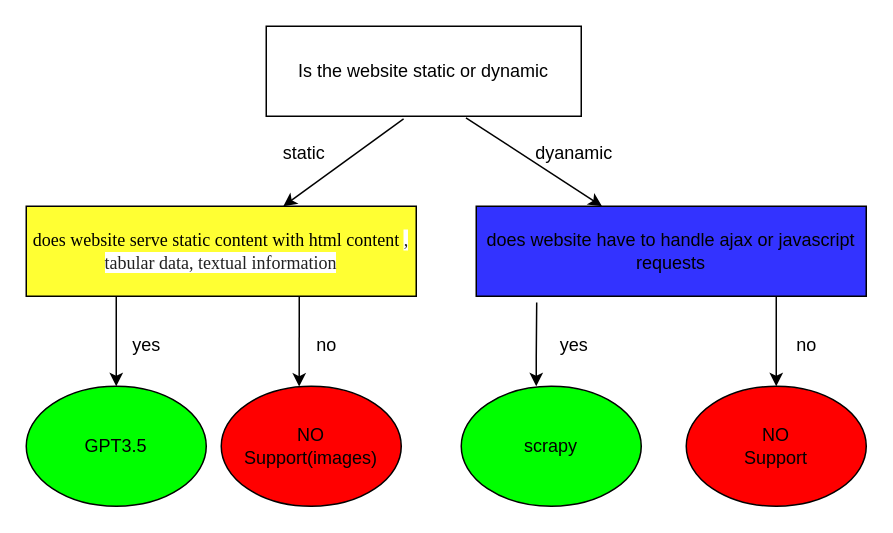
Earlier version of the draw.io diagram Untitled Diagram.drawio (divyadronavalli/demo). Source tidied: cells renumbered, new cells numbered last; positions are measured from the earlier drawing's top-left corner, leaving out a move shared by most shapes. Both pictures are drawn from the tidied source at 150%, with x=0, y=0 at pixel (26, 26).
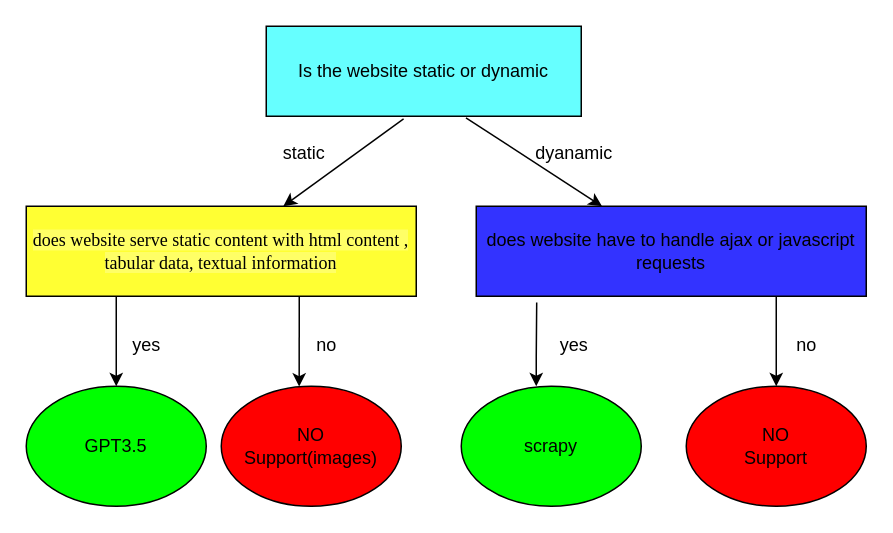
The same diagram, later.

Change to the diagram source:
```diff
@@
-    <mxCell id="2" value="Is the website static or dynamic" style="rounded=0;whiteSpace=wrap;html=1;" parent="1" vertex="1">
+    <mxCell id="2" value="Is the website static or dynamic" style="rounded=0;whiteSpace=wrap;html=1;fillColor=#66FFFF;" parent="1" vertex="1">
       <mxGeometry x="160" width="210" height="60" as="geometry" />
     </mxCell>
-    <mxCell id="3" value="&lt;font face=&quot;Times New Roman&quot; style=&quot;font-size: 12px;&quot;&gt;does website serve static content with html content&amp;nbsp;&lt;span style=&quot;color: rgb(34, 34, 34); text-align: start; background-color: rgb(255, 255, 255);&quot;&gt;, tabular data, textual information&lt;/span&gt;&lt;/font&gt;" style="rounded=0;whiteSpace=wrap;html=1;fillColor=#FFFF33;" parent="1" vertex="1">
+    <mxCell id="3" value="&lt;font face=&quot;Times New Roman&quot; style=&quot;font-size: 12px; background-color: rgb(255, 255, 102);&quot;&gt;does website serve static content with html content&amp;nbsp;&lt;span style=&quot;text-align: start;&quot;&gt;, tabular data, textual information&lt;/span&gt;&lt;/font&gt;" style="rounded=0;whiteSpace=wrap;html=1;fillColor=#FFFF33;" parent="1" vertex="1">
       <mxGeometry y="120" width="260" height="60" as="geometry" />
     </mxCell>
```
